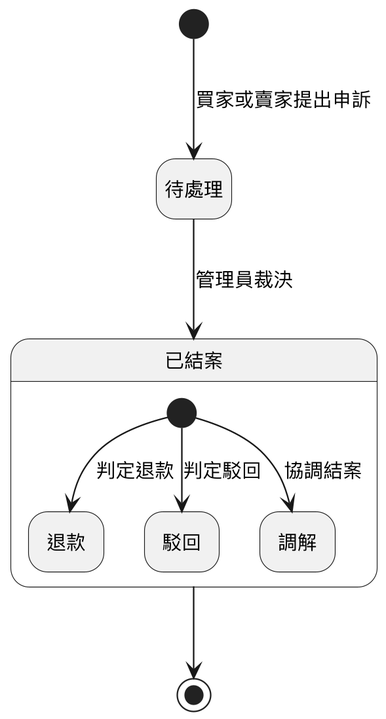
Earlier version of the PlantUML export Diagrams/State Machine/v3/state_disputes.png (SaveMyBook/SaveMyBook).
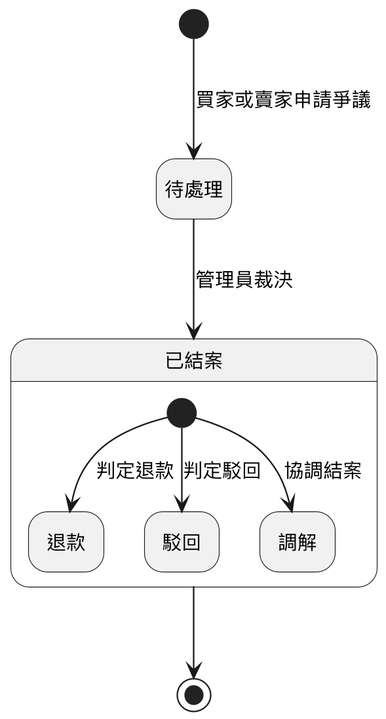
Later version of the same file.

The edit, as a diff of the source:
```diff
@@ -6,7 +6,7 @@
 skinparam defaultFontSize 13
 hide empty description
 
-[*] --> 待處理 : 買家或賣家提出申訴
+[*] --> 待處理 : 買家或賣家申請爭議
 待處理 --> 已結案 : 管理員裁決
 
 state 已結案 {
```
